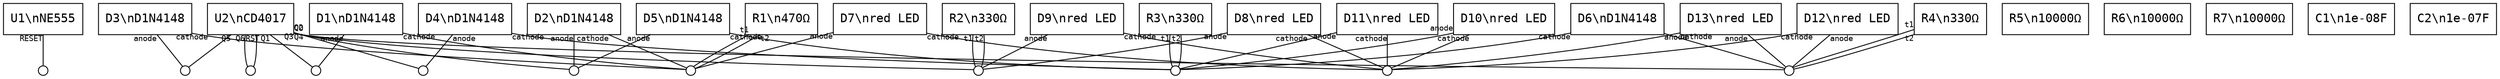
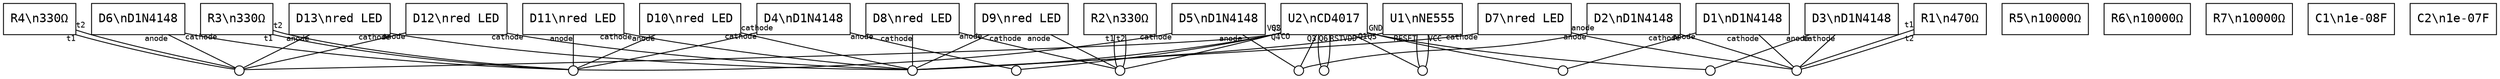
digraph "Dice" {
  rankdir=TB;
  node [shape=box, fontname="monospace"];
  U1 [label="U1\\nNE555"];
  U2 [label="U2\\nCD4017"];
  D1 [label="D1\\nD1N4148"];
  D2 [label="D2\\nD1N4148"];
  D3 [label="D3\\nD1N4148"];
  D4 [label="D4\\nD1N4148"];
  D5 [label="D5\\nD1N4148"];
  D6 [label="D6\\nD1N4148"];
  R1 [label="R1\\n470Ω"];
  R2 [label="R2\\n330Ω"];
  R3 [label="R3\\n330Ω"];
  R4 [label="R4\\n330Ω"];
  R5 [label="R5\\n10000Ω"];
  R6 [label="R6\\n10000Ω"];
  R7 [label="R7\\n10000Ω"];
  C1 [label="C1\\n1e-08F"];
  C2 [label="C2\\n1e-07F"];
  D7 [label="D7\\nred LED"];
  D8 [label="D8\\nred LED"];
  D9 [label="D9\\nred LED"];
  D10 [label="D10\\nred LED"];
  D11 [label="D11\\nred LED"];
  D12 [label="D12\\nred LED"];
  D13 [label="D13\\nred LED"];
  // Nets
  node [shape=circle, label="", width=0.15, fixedsize=true];
  gnd; net_0; net_2; net_3; net_4; net_5; net_6; net_7; net_8; net_9; vcc;
  // Edges (component -- net, taillabel = port name)
  edge [arrowhead=none, fontname="monospace", fontsize=9];
  D1 -> net_8 [taillabel="anode"];
  D1 -> net_4 [taillabel="cathode"];
  D10 -> net_2 [taillabel="anode"];
  D10 -> gnd [taillabel="cathode"];
  D11 -> net_2 [taillabel="anode"];
  D11 -> gnd [taillabel="cathode"];
  D12 -> net_0 [taillabel="anode"];
  D12 -> gnd [taillabel="cathode"];
  D13 -> net_0 [taillabel="anode"];
  D13 -> gnd [taillabel="cathode"];
  D2 -> net_5 [taillabel="anode"];
  D2 -> net_4 [taillabel="cathode"];
  D3 -> net_7 [taillabel="anode"];
  D3 -> net_4 [taillabel="cathode"];
  D4 -> net_6 [taillabel="anode"];
  D4 -> net_2 [taillabel="cathode"];
  D5 -> net_5 [taillabel="anode"];
  D5 -> net_2 [taillabel="cathode"];
  D6 -> net_0 [taillabel="anode"];
  D6 -> net_2 [taillabel="cathode"];
  D7 -> net_4 [taillabel="anode"];
  D7 -> gnd [taillabel="cathode"];
  D8 -> net_3 [taillabel="anode"];
  D8 -> gnd [taillabel="cathode"];
  D9 -> net_3 [taillabel="anode"];
  D9 -> gnd [taillabel="cathode"];
  R1 -> net_4 [taillabel="t1"];
  R1 -> net_4 [taillabel="t2"];
  R2 -> net_3 [taillabel="t1"];
  R2 -> net_3 [taillabel="t2"];
  R3 -> net_2 [taillabel="t1"];
  R3 -> net_2 [taillabel="t2"];
  R4 -> net_0 [taillabel="t1"];
  R4 -> net_0 [taillabel="t2"];
+   U1 -> gnd [taillabel="GND"];
  U1 -> vcc [taillabel="RESET"];
+   U1 -> vcc [taillabel="VCC"];
  U2 -> net_3 [taillabel="CO"];
  U2 -> net_8 [taillabel="Q1"];
  U2 -> net_6 [taillabel="Q2"];
  U2 -> net_5 [taillabel="Q3"];
  U2 -> net_0 [taillabel="Q4"];
  U2 -> net_7 [taillabel="Q5"];
  U2 -> net_9 [taillabel="Q6"];
  U2 -> net_9 [taillabel="RST"];
+   U2 -> vcc [taillabel="VDD"];
+   U2 -> gnd [taillabel="VSS"];
}
